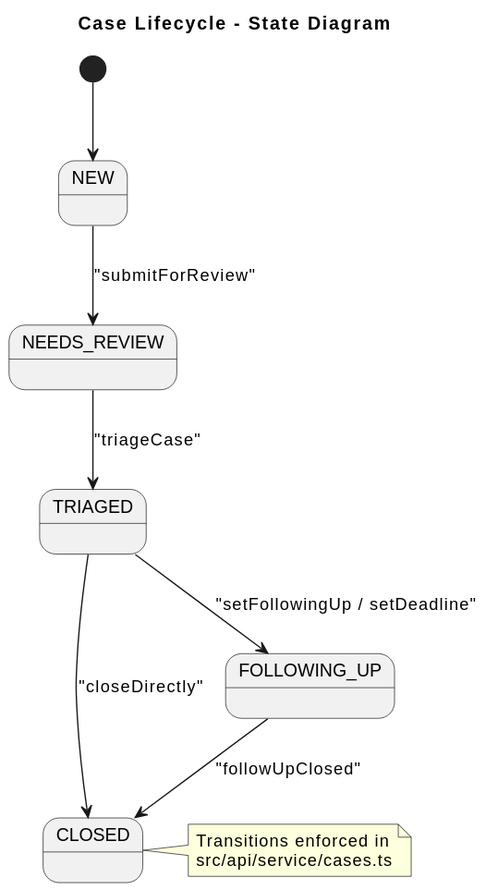
gforge/DUK keeps this PlantUML diagram as docs/diagrams/case-lifecycle.svg. Above is the earlier version.
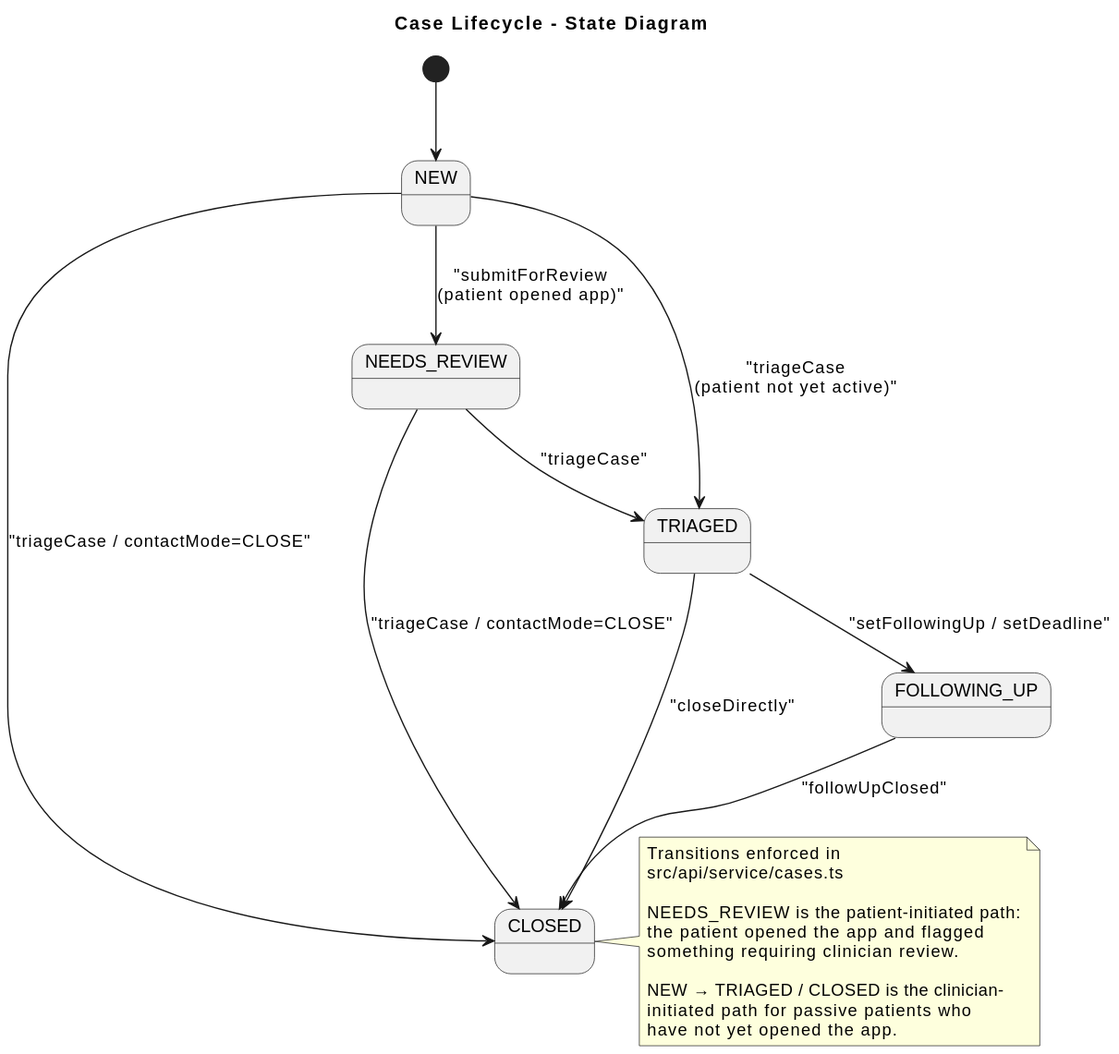
Later version of the same file.

Commit message:
Fix too strict case life cycle

Diff of the diagram source:
```diff
@@ -9,8 +9,11 @@
 state CLOSED
 
 [*] --> NEW
-NEW --> NEEDS_REVIEW : "submitForReview"
+NEW --> NEEDS_REVIEW : "submitForReview\n(patient opened app)"
+NEW --> TRIAGED : "triageCase\n(patient not yet active)"
+NEW --> CLOSED : "triageCase / contactMode=CLOSE"
 NEEDS_REVIEW --> TRIAGED : "triageCase"
+NEEDS_REVIEW --> CLOSED : "triageCase / contactMode=CLOSE"
 TRIAGED --> FOLLOWING_UP : "setFollowingUp / setDeadline"
 TRIAGED --> CLOSED : "closeDirectly"
 FOLLOWING_UP --> CLOSED : "followUpClosed"
@@ -18,5 +21,13 @@
 note right
   Transitions enforced in
   src/api/service/cases.ts
+
+  NEEDS_REVIEW is the patient-initiated path:
+  the patient opened the app and flagged
+  something requiring clinician review.
+
+  NEW → TRIAGED / CLOSED is the clinician-
+  initiated path for passive patients who
+  have not yet opened the app.
 end note
 @enduml
```
